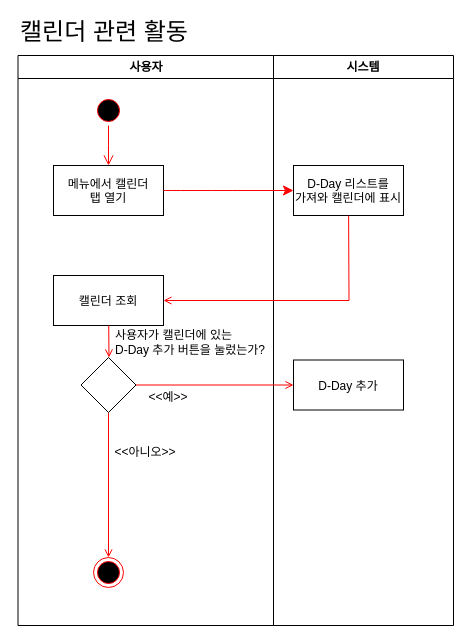
Earlier version of the draw.io diagram activity diagrams - calender.drawio (baechuTree/softwareEngineering). Source tidied: cells renumbered, new cells numbered last; positions are measured from the earlier drawing's top-left corner, leaving out a move shared by most shapes. Both pictures are drawn from the tidied source at 100%, with x=0, y=0 at pixel (17, 17).
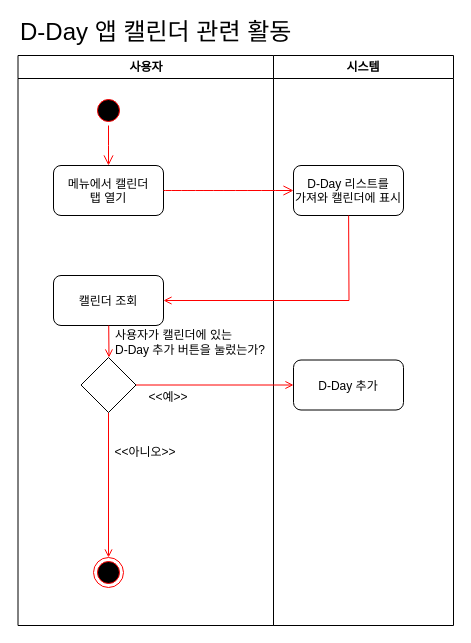
After the change.

Unchanged cells that the change refers to:
```xml
<mxCell id="2" value="사용자" style="swimlane;whiteSpace=wrap;startSize=23;" parent="1" vertex="1">
  <mxGeometry x="0.5" y="38" width="255.5" height="570" as="geometry" />
</mxCell>
<mxCell id="14" value="시스템" style="swimlane;whiteSpace=wrap;" parent="1" vertex="1">
  <mxGeometry x="256" y="38" width="180" height="570" as="geometry" />
</mxCell>
```

What changed in the source:
```diff
@@
-    <mxCell id="7" value="메뉴에서 캘린더&#10;탭 열기" parent="2" vertex="1">
+    <mxCell id="7" value="메뉴에서 캘린더&#10;탭 열기" style="rounded=1;" parent="2" vertex="1">
       <mxGeometry x="35.5" y="110" width="110" height="50" as="geometry" />
     </mxCell>
-    <mxCell id="8" value="캘린더 조회" parent="2" vertex="1">
+    <mxCell id="8" value="캘린더 조회" style="rounded=1;" parent="2" vertex="1">
       <mxGeometry x="35.5" y="220" width="110" height="50" as="geometry" />
     </mxCell>
@@
-    <mxCell id="15" value="D-Day 리스트를&#10;가져와 캘린더에 표시" parent="14" vertex="1">
+    <mxCell id="15" value="D-Day 리스트를&#10;가져와 캘린더에 표시" style="rounded=1;" parent="14" vertex="1">
       <mxGeometry x="20" y="110" width="110" height="50" as="geometry" />
     </mxCell>
-    <mxCell id="16" value="D-Day 추가" parent="14" vertex="1">
+    <mxCell id="16" value="D-Day 추가" style="rounded=1;" parent="14" vertex="1">
       <mxGeometry x="20" y="304.5" width="110" height="50" as="geometry" />
     </mxCell>
-    <mxCell id="17" value="캘린더 관련 활동" style="text;html=1;align=left;verticalAlign=middle;whiteSpace=wrap;rounded=0;fontSize=24;" parent="1" vertex="1">
-      <mxGeometry x="0.5" width="195.5" height="30" as="geometry" />
+    <mxCell id="17" value="D-Day 앱 캘린더 관련 활동" style="text;html=1;align=left;verticalAlign=middle;whiteSpace=wrap;rounded=0;fontSize=24;" parent="1" vertex="1">
+      <mxGeometry x="0.5" width="315.5" height="30" as="geometry" />
     </mxCell>
-    <mxCell id="18" style="edgeStyle=none;curved=1;rounded=0;jettySize=auto;html=1;fontSize=12;startSize=8;endSize=8;strokeColor=#FF0000;" parent="1" edge="1" source="7" target="15">
+    <mxCell id="18" style="edgeStyle=none;curved=1;rounded=0;jettySize=auto;html=1;fontSize=12;startSize=8;endSize=8;strokeColor=#FF0000;endArrow=open;endFill=0;" parent="1" edge="1" source="7" target="15">
       <mxGeometry relative="1" as="geometry" />
     </mxCell>
```
